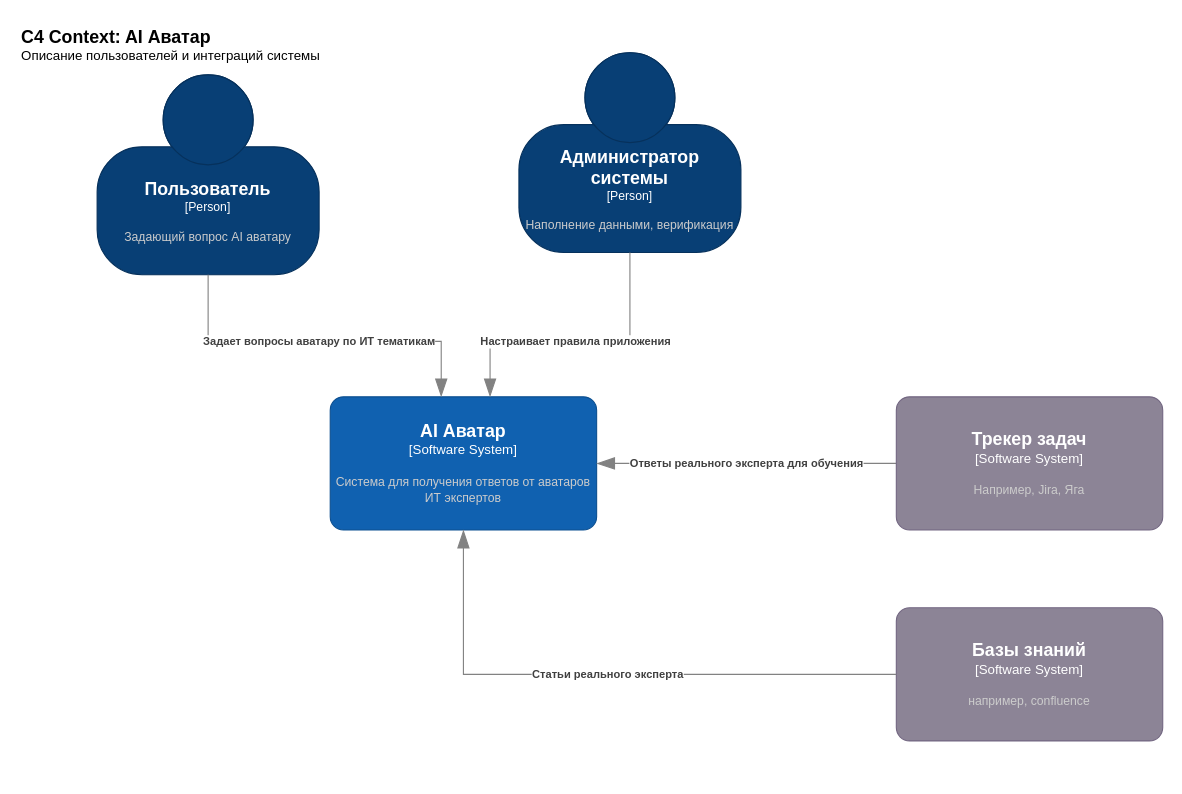
The draw.io diagram Диаграмма без названия.drawio in oleana/AI_Avatar, before the edit. Source tidied: cells renumbered, new cells numbered last; positions are measured from the earlier drawing's top-left corner, leaving out a move shared by most shapes. Both pictures are drawn from the tidied source at 111%, with x=0, y=0 at pixel (19, 19).
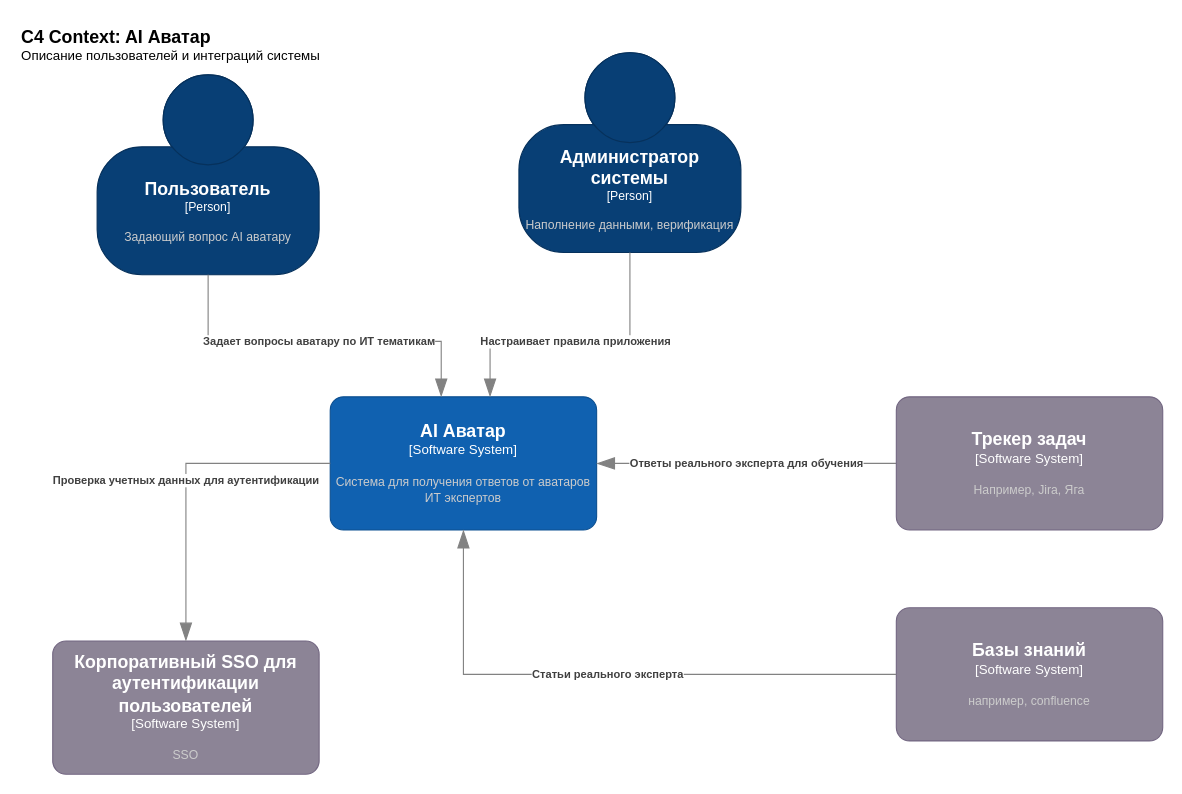
The same page after the edit.

Unchanged cells that the change refers to:
```xml
<object id="4" label="&lt;font style=&quot;font-size: 16px&quot;&gt;&lt;b&gt;%c4Name%&lt;/b&gt;&lt;/font&gt;&lt;div&gt;[%c4Type%]&lt;/div&gt;&lt;br&gt;&lt;div&gt;&lt;font style=&quot;font-size: 11px&quot;&gt;&lt;font color=&quot;#cccccc&quot;&gt;%c4Description%&lt;/font&gt;&lt;/div&gt;" c4Description="Система для получения ответов от аватаров ИТ экспертов" c4Name="AI Аватар" c4Type="Software System" placeholders="1">
  <mxCell style="rounded=1;whiteSpace=wrap;html=1;labelBackgroundColor=none;fillColor=#1061B0;fontColor=#ffffff;align=center;arcSize=10;strokeColor=#0D5091;points=[[0.25,0,0],[0.5,0,0],[0.75,0,0],[1,0.25,0],[1,0.5,0],[1,0.75,0],[0.75,1,0],[0.5,1,0],[0.25,1,0],[0,0.75,0],[0,0.5,0],[0,0.25,0]];" parent="1" vertex="1">
    <mxGeometry x="280" y="340" width="240" height="120" as="geometry" />
  </mxCell>
</object>
```

The edit, as a diff of the source:
```diff
@@
+    <object id="12" label="&lt;font style=&quot;font-size: 16px&quot;&gt;&lt;b&gt;%c4Name%&lt;/b&gt;&lt;/font&gt;&lt;div&gt;[%c4Type%]&lt;/div&gt;&lt;br&gt;&lt;div&gt;&lt;font style=&quot;font-size: 11px&quot;&gt;&lt;font color=&quot;#cccccc&quot;&gt;%c4Description%&lt;/font&gt;&lt;/div&gt;" c4Description="SSO" c4Name="Корпоративный SSO для аутентификации пользователей" c4Type="Software System" placeholders="1">
+      <mxCell style="rounded=1;whiteSpace=wrap;html=1;labelBackgroundColor=none;fillColor=#8C8496;fontColor=#ffffff;align=center;arcSize=10;strokeColor=#736782;points=[[0.25,0,0],[0.5,0,0],[0.75,0,0],[1,0.25,0],[1,0.5,0],[1,0.75,0],[0.75,1,0],[0.5,1,0],[0.25,1,0],[0,0.75,0],[0,0.5,0],[0,0.25,0]];" parent="1" vertex="1">
+        <mxGeometry x="30" y="560" width="240" height="120" as="geometry" />
+      </mxCell>
+    </object>
+    <object id="13" label="&lt;div style=&quot;text-align: left&quot;&gt;&lt;div style=&quot;text-align: center&quot;&gt;&lt;b&gt;%c4Description%&lt;/b&gt;&lt;/div&gt;" c4Description="Проверка учетных данных для аутентификации" placeholders="1">
+      <mxCell style="endArrow=blockThin;html=1;fontSize=10;fontColor=#404040;strokeWidth=1;endFill=1;strokeColor=#828282;elbow=vertical;endSize=14;startSize=14;jumpStyle=arc;jumpSize=16;rounded=0;edgeStyle=orthogonalEdgeStyle;entryX=0.5;entryY=0;entryDx=0;entryDy=0;entryPerimeter=0;exitX=0;exitY=0.5;exitDx=0;exitDy=0;exitPerimeter=0;" parent="1" edge="1" source="4" target="12">
+        <mxGeometry relative="1" as="geometry" />
+      </mxCell>
+    </object>
```
